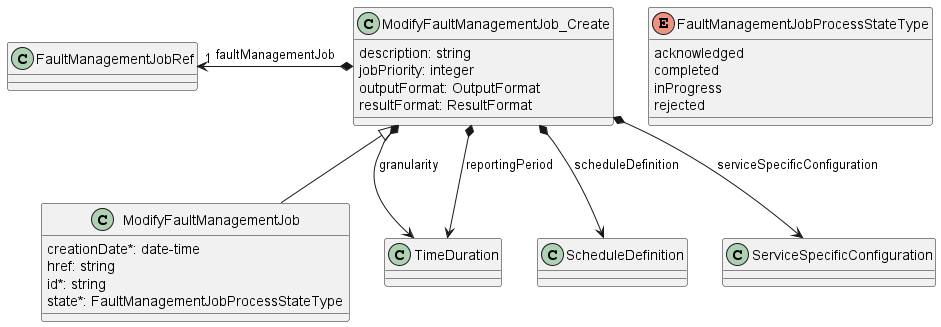
MEF-GIT/MEF-LSO-Legato-SDK keeps this PlantUML diagram as documentation/serviceApi/fm/media/modifyFaultManagementJobModel.png. Above is the earlier version.
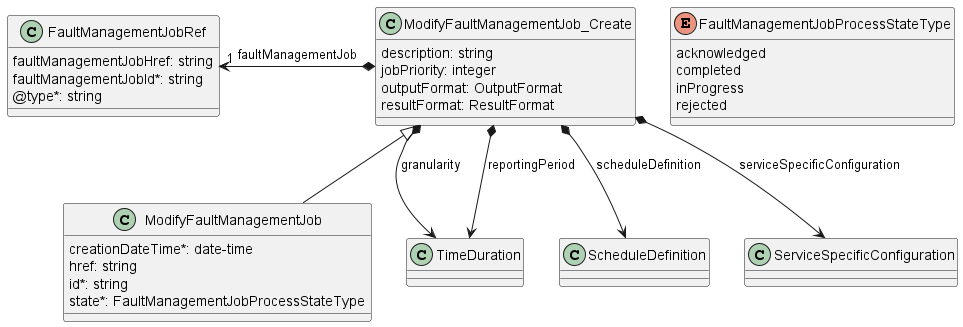
After the change.

Diff of the diagram source:
```diff
@@ -1,18 +1,14 @@
 @startuml modifyFaultManagementJobModel
 
 class ModifyFaultManagementJob {
-
-    creationDate*: date-time
+    creationDateTime*: date-time
     href: string
     id*: string
     state*: FaultManagementJobProcessStateType
 }
 ModifyFaultManagementJob_Create <|-- ModifyFaultManagementJob
 
-
-
 class ModifyFaultManagementJob_Create {
-
     description: string
     jobPriority: integer
     outputFormat: OutputFormat
@@ -25,6 +21,12 @@
 ModifyFaultManagementJob_Create *--> ScheduleDefinition : scheduleDefinition
 ModifyFaultManagementJob_Create *--> ServiceSpecificConfiguration : serviceSpecificConfiguration
 
+class FaultManagementJobRef {
+    faultManagementJobHref: string
+    faultManagementJobId*: string
+    @type*: string
+}
+
 enum FaultManagementJobProcessStateType {
     acknowledged
     completed
```
